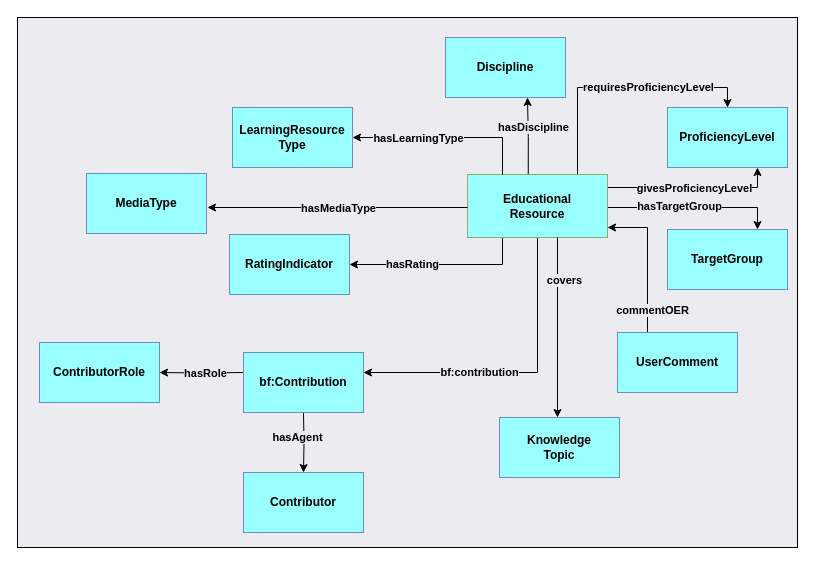
data-literacy-alliance/dalia-ontology keeps this draw.io diagram as visualisations/EducationalResourcePattern_CD.drawio. Above is the earlier version. Source tidied: cells renumbered, new cells numbered last; positions are measured from the earlier drawing's top-left corner, leaving out a move shared by most shapes. Both pictures are drawn from the tidied source at 100%, with x=0, y=0 at pixel (17, 17).
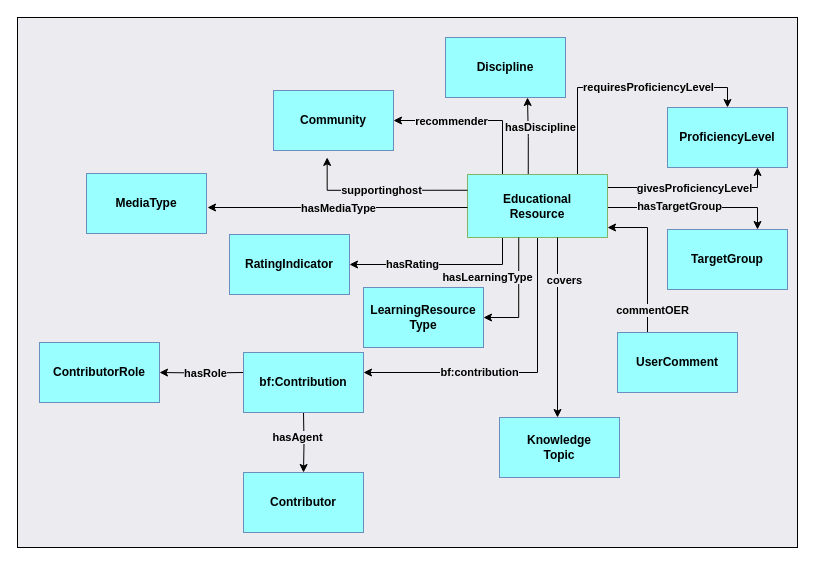
After the change.

Unchanged cells that the change refers to:
```xml
<mxCell id="2" style="rounded=0;whiteSpace=wrap;html=1;fillColor=#ecebef;" parent="1" vertex="1">
  <mxGeometry width="780" height="530" as="geometry" />
</mxCell>
<mxCell id="12" value="Educational&lt;br&gt;Resource" style="rounded=0;whiteSpace=wrap;html=1;fillColor=#99FFFF;strokeColor=#82b366;fillStyle=auto;fontStyle=1;" parent="1" vertex="1">
  <mxGeometry x="450" y="157" width="140" height="63" as="geometry" />
</mxCell>
```

Diff of the diagram source:
```diff
@@
+    <mxCell id="39" style="edgeStyle=orthogonalEdgeStyle;rounded=0;jettySize=auto;html=1;exitX=0.25;exitY=0;exitDx=0;exitDy=0;entryX=1;entryY=0.5;entryDx=0;entryDy=0;" parent="1" edge="1" source="12" target="41">
+      <mxGeometry relative="1" as="geometry" />
+    </mxCell>
+    <mxCell id="40" value="recommender" style="edgeLabel;html=1;align=center;verticalAlign=middle;labelBackgroundColor=#ECEBEF;fontStyle=1;" parent="39" vertex="1">
+      <mxGeometry x="0.54" relative="1" as="geometry">
+        <mxPoint x="20" as="offset" />
+      </mxGeometry>
+    </mxCell>
@@
     <mxCell id="13" value="LearningResource&lt;br&gt;Type" style="rounded=0;whiteSpace=wrap;html=1;fillColor=#99FFFF;strokeColor=#6c8ebf;gradientColor=none;fillStyle=auto;fontStyle=1;" parent="1" vertex="1">
-      <mxGeometry x="215" y="90" width="120" height="60" as="geometry" />
+      <mxGeometry x="346" y="270" width="120" height="60" as="geometry" />
     </mxCell>
@@
-    <mxCell id="16" style="endArrow=classic;html=1;rounded=0;edgeStyle=orthogonalEdgeStyle;exitX=0.25;exitY=0;exitDx=0;exitDy=0;entryX=1;entryY=0.5;entryDx=0;entryDy=0;elbow=vertical;" parent="1" edge="1" source="12" target="13">
+    <mxCell id="16" style="endArrow=classic;html=1;rounded=0;edgeStyle=orthogonalEdgeStyle;exitX=0.366;exitY=1;exitDx=0;exitDy=0;entryX=1;entryY=0.5;entryDx=0;entryDy=0;elbow=vertical;exitPerimeter=0;" parent="1" edge="1" source="12" target="13">
       <mxGeometry relative="1" as="geometry" />
     </mxCell>
     <mxCell id="17" value="hasLearningType" style="edgeLabel;html=1;align=center;verticalAlign=middle;rotation=0;fontStyle=1;labelBackgroundColor=#ECEBEF;" parent="16" vertex="1">
       <mxGeometry relative="1" as="geometry">
-        <mxPoint x="-28" as="offset" />
+        <mxPoint x="-32" y="-18" as="offset" />
       </mxGeometry>
     </mxCell>
@@
     <mxCell id="28" value="&lt;b&gt;hasDiscipline&lt;/b&gt;" style="edgeLabel;html=1;align=center;verticalAlign=middle;labelBackgroundColor=#ECEBEF;" parent="1" vertex="1">
-      <mxGeometry x="530" y="113" as="geometry">
+      <mxGeometry x="537" y="113" as="geometry">
         <mxPoint x="-15" y="-4" as="offset" />
       </mxGeometry>
     </mxCell>
@@
+    <mxCell id="41" value="Community" style="rounded=0;whiteSpace=wrap;html=1;fillColor=#99FFFF;strokeColor=#6c8ebf;fillStyle=auto;fontStyle=1;" parent="1" vertex="1">
+      <mxGeometry x="256" y="73" width="120" height="60" as="geometry" />
+    </mxCell>
+    <mxCell id="42" style="edgeStyle=orthogonalEdgeStyle;rounded=0;jettySize=auto;html=1;exitX=0;exitY=0.25;exitDx=0;exitDy=0;entryX=0.397;entryY=0.264;entryDx=0;entryDy=0;entryPerimeter=0;" parent="1" edge="1" source="12" target="2">
+      <mxGeometry relative="1" as="geometry">
+        <Array as="points">
+          <mxPoint x="310" y="173" />
+        </Array>
+      </mxGeometry>
+    </mxCell>
+    <mxCell id="43" value="supportinghost" style="edgeLabel;html=1;align=center;verticalAlign=middle;fontStyle=1;labelBackgroundColor=#ECEBEF;" parent="42" vertex="1">
+      <mxGeometry relative="1" as="geometry" />
+    </mxCell>
```
